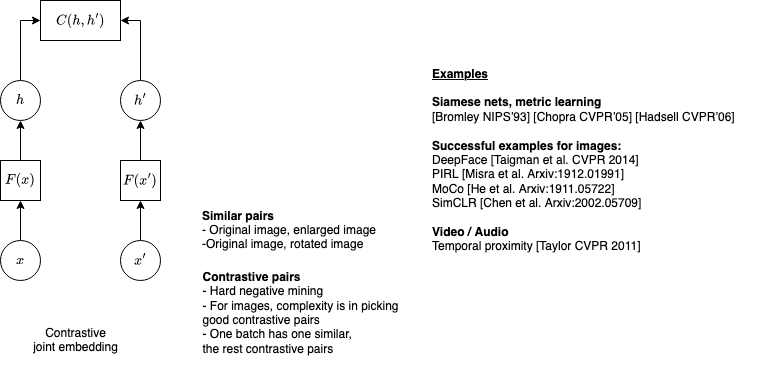
Before: machine_learning/diagrams/contrastive_models.drawio.png, a diagram exported from draw.io (analytiq-hub/sigagent.github.io). Source tidied: cells renumbered, new cells last; positions are measured from the earlier drawing's top-left corner, leaving out a move shared by most shapes.
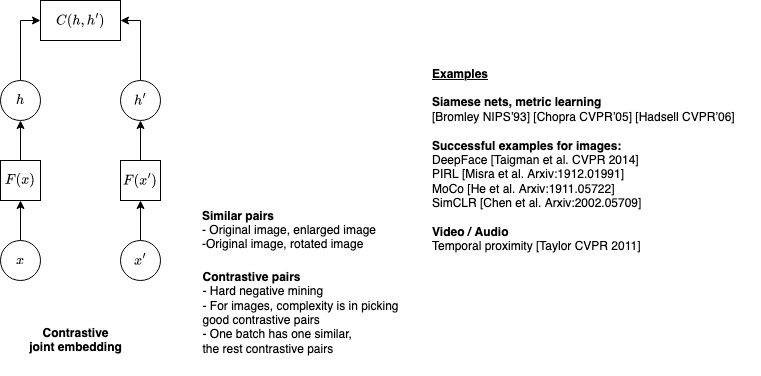
After the commit.

The edit, as a diff of the source:
```diff
@@ -20,8 +20,8 @@
     <mxCell id="6" value="&lt;div&gt;$$x'$$&lt;/div&gt;" style="ellipse;whiteSpace=wrap;html=1;" parent="1" vertex="1">
       <mxGeometry x="120" y="240" width="40" height="40" as="geometry" />
     </mxCell>
-    <mxCell id="7" value="&lt;div&gt;Contrastive&lt;/div&gt;&lt;div&gt;joint embedding&lt;br&gt;&lt;/div&gt;" style="text;html=1;align=center;verticalAlign=middle;strokeColor=none;fillColor=none;" parent="1" vertex="1">
-      <mxGeometry x="20" y="320" width="110" height="40" as="geometry" />
+    <mxCell id="7" value="&lt;div&gt;&lt;b&gt;Contrastive&lt;/b&gt;&lt;/div&gt;&lt;div&gt;&lt;b&gt;joint embedding&lt;/b&gt;&lt;br&gt;&lt;/div&gt;" style="text;html=1;align=center;verticalAlign=middle;strokeColor=none;fillColor=none;" parent="1" vertex="1">
+      <mxGeometry x="15" y="320" width="120" height="40" as="geometry" />
     </mxCell>
     <mxCell id="8" style="edgeStyle=orthogonalEdgeStyle;rounded=0;jettySize=auto;html=1;exitX=0.5;exitY=0;exitDx=0;exitDy=0;entryX=0.5;entryY=1;entryDx=0;entryDy=0;" parent="1" edge="1" source="9" target="12">
       <mxGeometry relative="1" as="geometry" />
```
